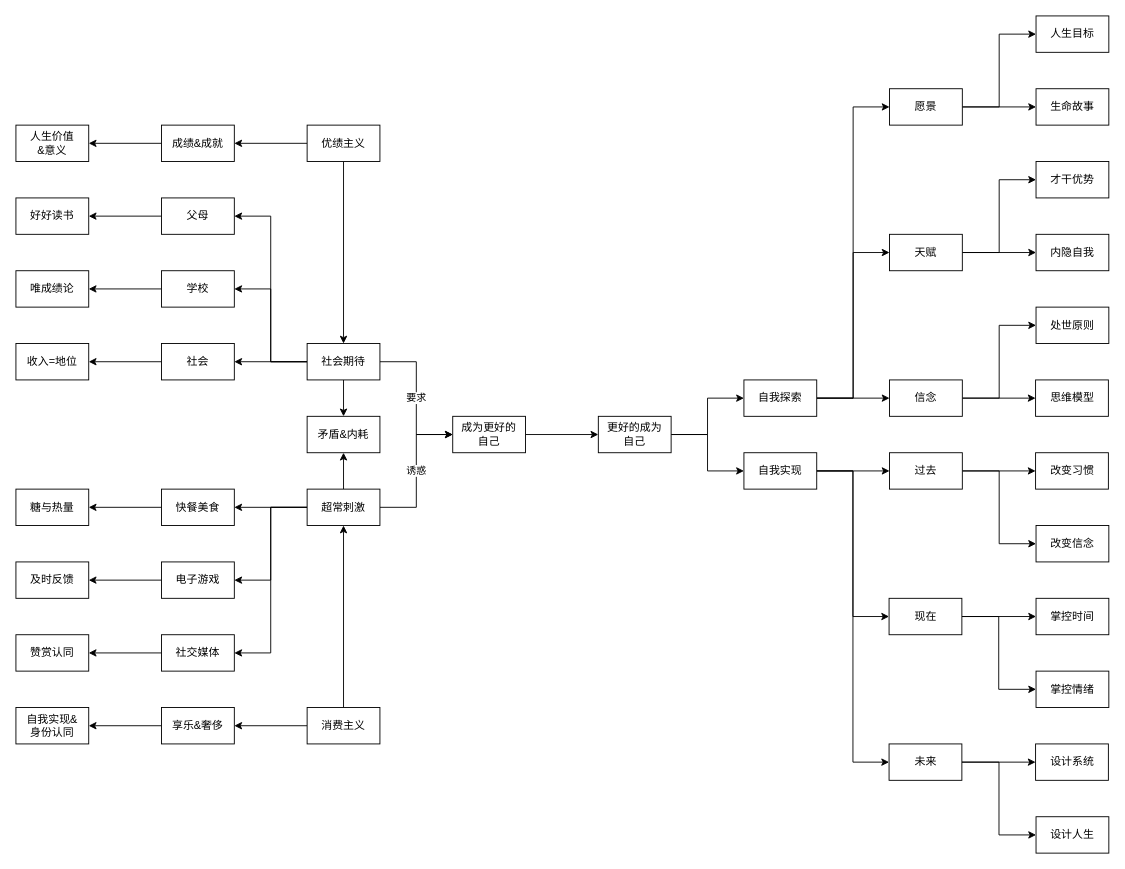
Before: 人生系统.drawio in youyusan/life_system, a draw.io diagram. Source tidied: cells renumbered, new cells numbered last; positions are measured from the earlier drawing's top-left corner, leaving out a move shared by most shapes. Both pictures are drawn from the tidied source at 91%, with x=0, y=0 at pixel (15, 15).
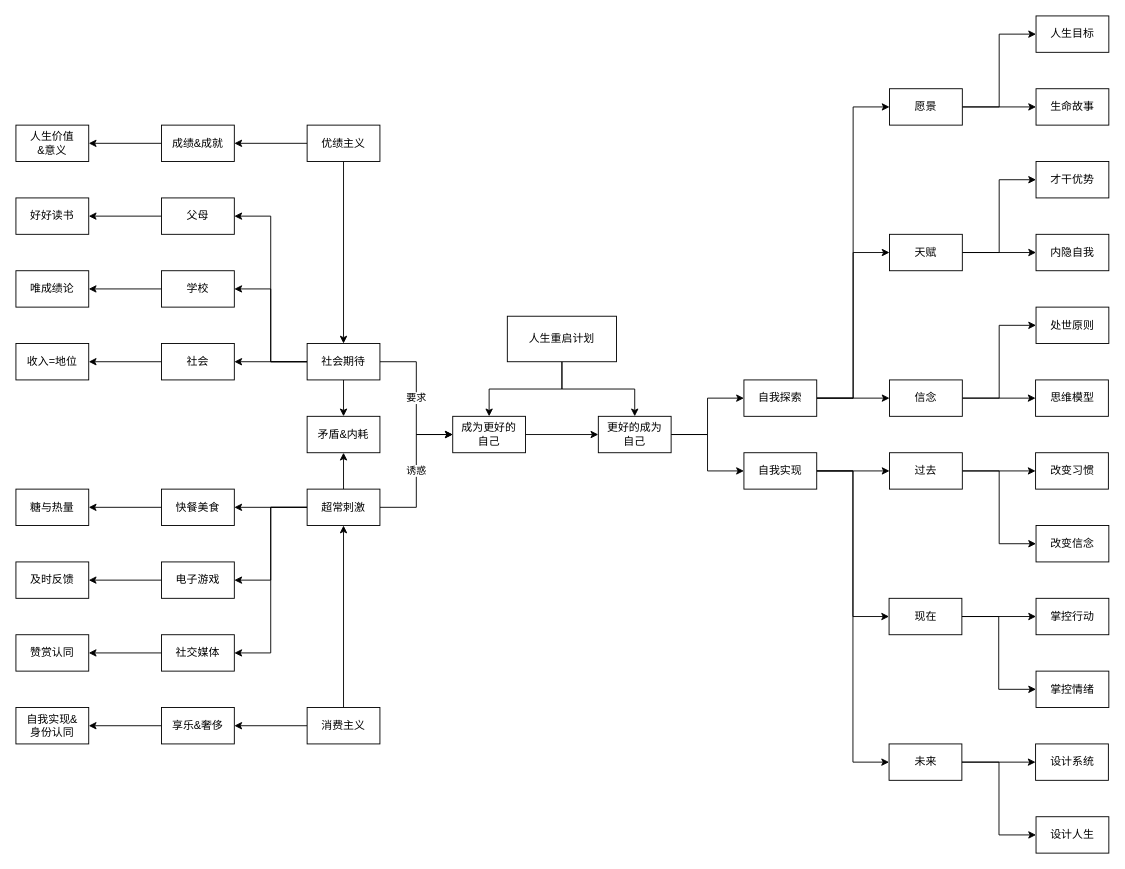
After the change.

Commit message:
更新人生系统.drawio

The change refers to these unchanged cells:
```xml
<mxCell id="3" value="成为更好的&lt;br&gt;自己" style="rounded=0;whiteSpace=wrap;html=1;" parent="1" vertex="1">
  <mxGeometry x="480" y="440" width="80" height="40" as="geometry" />
</mxCell>
<mxCell id="6" value="更好的成为&lt;br&gt;自己" style="rounded=0;whiteSpace=wrap;html=1;" parent="1" vertex="1">
  <mxGeometry x="640" y="440" width="80" height="40" as="geometry" />
</mxCell>
```

The edit, as a diff of the source:
```diff
@@
-    <mxCell id="83" value="掌控时间" style="rounded=0;whiteSpace=wrap;html=1;" parent="1" vertex="1">
+    <mxCell id="83" value="掌控行动" style="rounded=0;whiteSpace=wrap;html=1;" parent="1" vertex="1">
       <mxGeometry x="1121" y="640" width="80" height="40" as="geometry" />
     </mxCell>
@@
+    <mxCell id="88" style="edgeStyle=orthogonalEdgeStyle;rounded=0;jettySize=auto;html=1;entryX=0.5;entryY=0;entryDx=0;entryDy=0;" parent="1" edge="1" source="90" target="3">
+      <mxGeometry relative="1" as="geometry" />
+    </mxCell>
+    <mxCell id="89" style="edgeStyle=orthogonalEdgeStyle;rounded=0;jettySize=auto;html=1;entryX=0.5;entryY=0;entryDx=0;entryDy=0;" parent="1" edge="1" source="90" target="6">
+      <mxGeometry relative="1" as="geometry" />
+    </mxCell>
+    <mxCell id="90" value="人生重启计划" style="rounded=0;whiteSpace=wrap;html=1;" parent="1" vertex="1">
+      <mxGeometry x="540" y="330" width="120" height="50" as="geometry" />
+    </mxCell>
```
